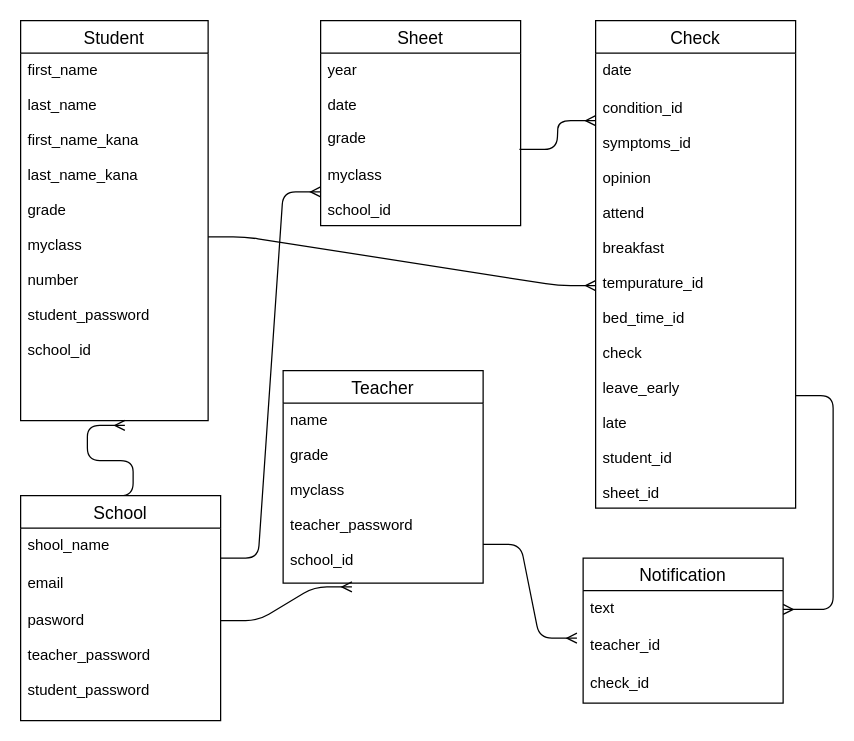
Earlier version of the draw.io diagram ER.dio (masataku/health_check). Source tidied: cells renumbered, new cells numbered last; positions are measured from the earlier drawing's top-left corner, leaving out a move shared by most shapes. Both pictures are drawn from the tidied source at 125%, with x=0, y=0 at pixel (20, 20).
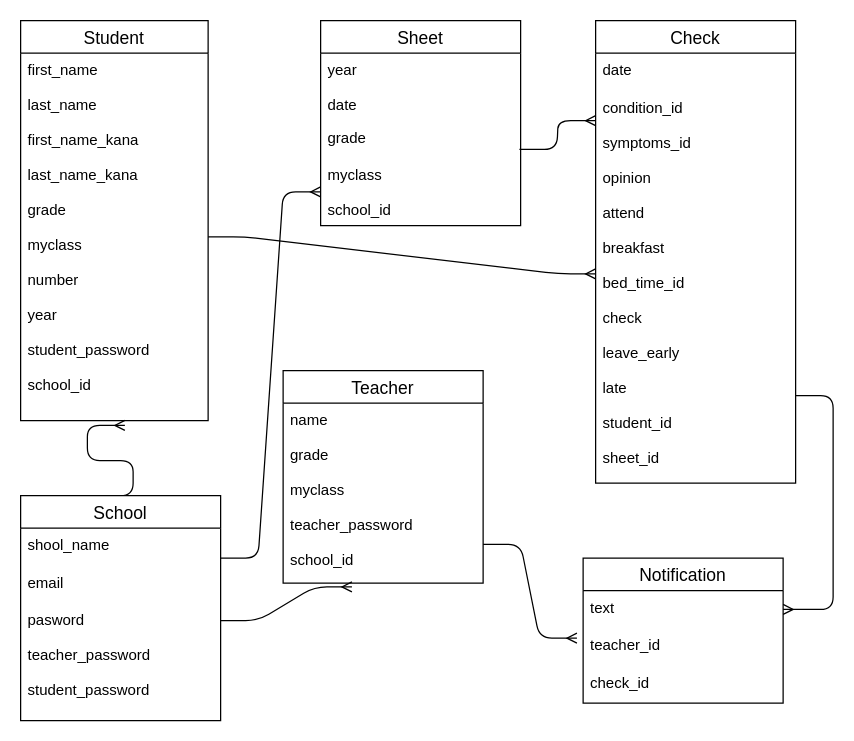
Above is the later version.

The change refers to these unchanged cells:
```xml
<mxCell id="2" value="Student" style="swimlane;fontStyle=0;horizontal=1;startSize=26;align=center;fontSize=14;" parent="1" vertex="1">
  <mxGeometry width="150" height="320" as="geometry" />
</mxCell>
```

Change to the diagram source:
```diff
@@
-    <mxCell id="3" value="first_name&#10;&#10;last_name&#10;&#10;first_name_kana&#10;&#10;last_name_kana&#10;&#10;grade&#10;&#10;myclass&#10;&#10;number&#10;&#10;student_password&#10;&#10;school_id" style="text;strokeColor=none;fillColor=none;spacingLeft=4;spacingRight=4;overflow=hidden;points=[[0,0.5],[1,0.5]];portConstraint=eastwest;fontSize=12;" parent="2" vertex="1">
+    <mxCell id="3" value="first_name&#10;&#10;last_name&#10;&#10;first_name_kana&#10;&#10;last_name_kana&#10;&#10;grade&#10;&#10;myclass&#10;&#10;number&#10;&#10;year&#10;&#10;student_password&#10;&#10;school_id" style="text;strokeColor=none;fillColor=none;spacingLeft=4;spacingRight=4;overflow=hidden;points=[[0,0.5],[1,0.5]];portConstraint=eastwest;fontSize=12;" parent="2" vertex="1">
       <mxGeometry y="26" width="150" height="294" as="geometry" />
     </mxCell>
@@
     <mxCell id="5" value="Check" style="swimlane;fontStyle=0;horizontal=1;startSize=26;align=center;fontSize=14;" parent="1" vertex="1">
-      <mxGeometry x="460" width="160" height="390" as="geometry" />
+      <mxGeometry x="460" width="160" height="370" as="geometry" />
     </mxCell>
@@
-    <mxCell id="7" value="condition_id&#10;&#10;symptoms_id&#10;&#10;opinion&#10;&#10;attend&#10;&#10;breakfast&#10;&#10;tempurature_id&#10;&#10;bed_time_id&#10;&#10;check&#10;&#10;leave_early&#10;&#10;late&#10;&#10;student_id&#10;&#10;sheet_id" style="text;strokeColor=none;fillColor=none;spacingLeft=4;spacingRight=4;overflow=hidden;points=[[0,0.5],[1,0.5]];portConstraint=eastwest;fontSize=12;" parent="5" vertex="1">
-      <mxGeometry y="56" width="160" height="334" as="geometry" />
+    <mxCell id="7" value="condition_id&#10;&#10;symptoms_id&#10;&#10;opinion&#10;&#10;attend&#10;&#10;breakfast&#10;&#10;bed_time_id&#10;&#10;check&#10;&#10;leave_early&#10;&#10;late&#10;&#10;student_id&#10;&#10;sheet_id" style="text;strokeColor=none;fillColor=none;spacingLeft=4;spacingRight=4;overflow=hidden;points=[[0,0.5],[1,0.5]];portConstraint=eastwest;fontSize=12;" parent="5" vertex="1">
+      <mxGeometry y="56" width="160" height="314" as="geometry" />
     </mxCell>
```
